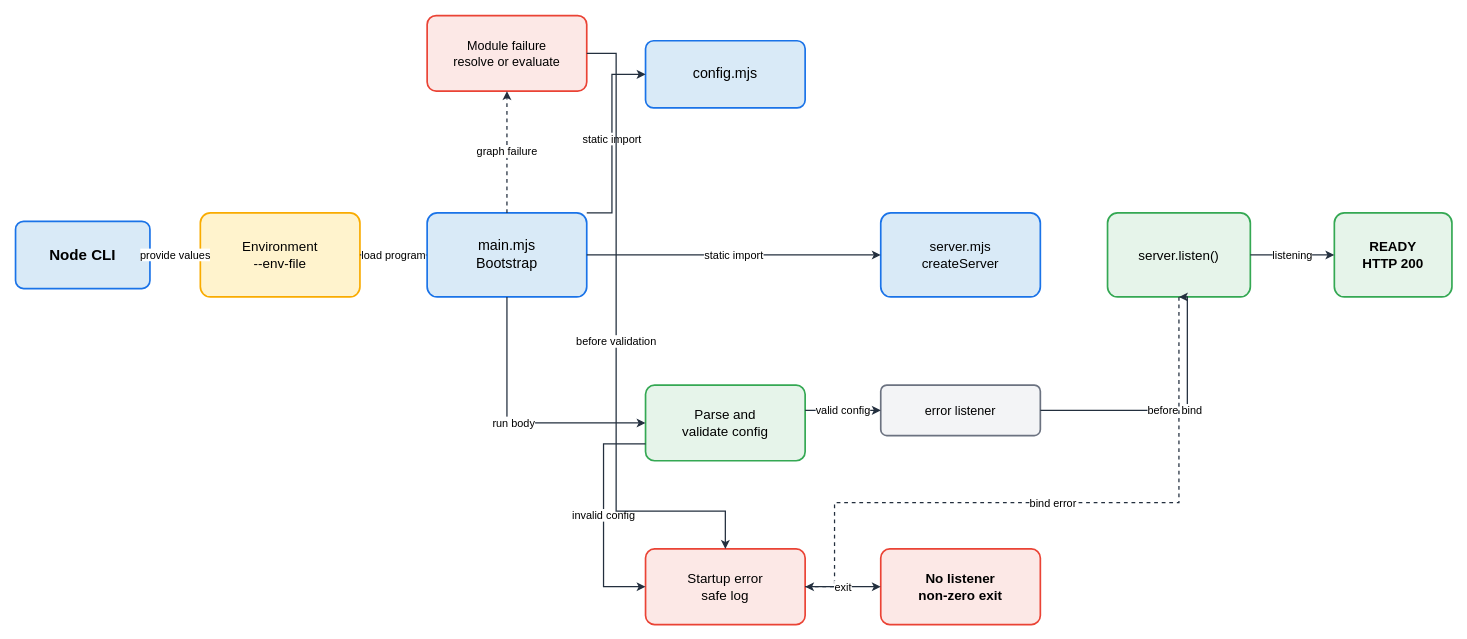
Before: assets/img/nodejs/node-esm-startup-config-flow.drawio in KKamJi98/kkamji98.github.io, a draw.io diagram. Source tidied: cells renumbered, new cells numbered last; positions are measured from the earlier drawing's top-left corner, leaving out a move shared by most shapes. Both pictures are drawn from the tidied source at 84%, with x=0, y=0 at pixel (15, 15).
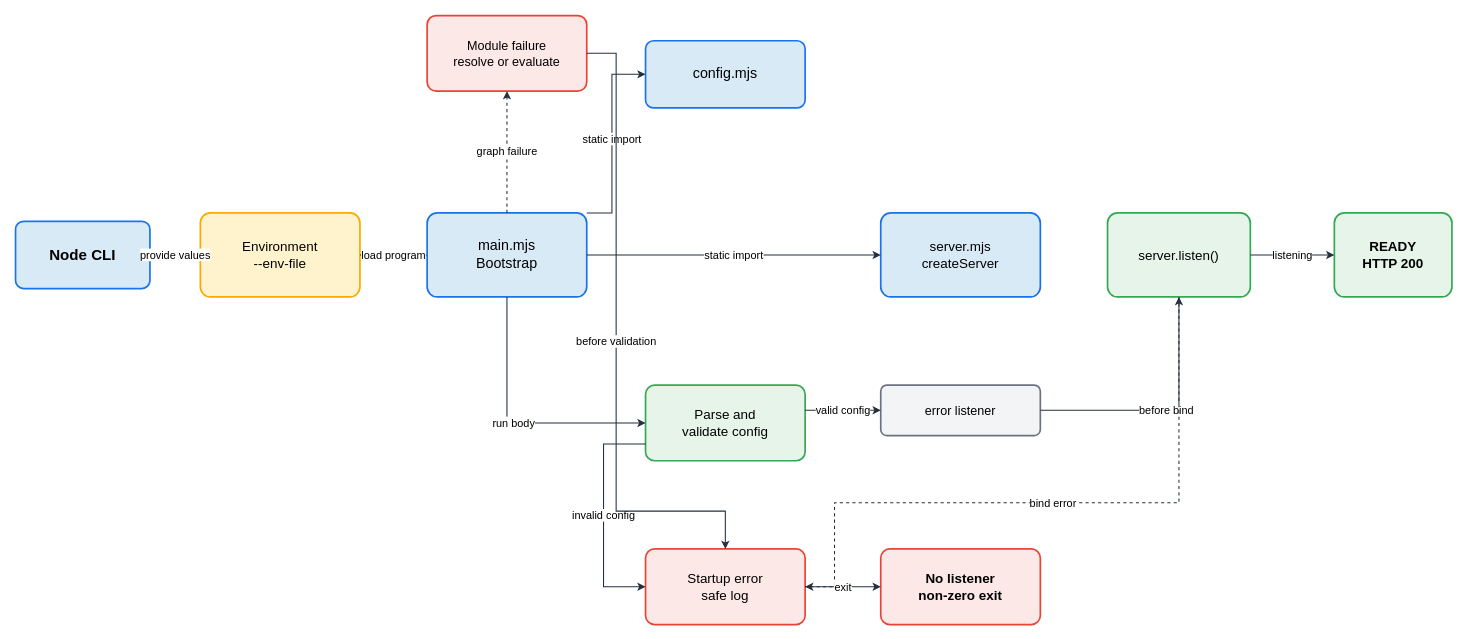
Above is the later version.

Unchanged cells that the change refers to:
```xml
<mxCell id="2" value="Node CLI" style="rounded=1;arcSize=12;whiteSpace=wrap;html=1;fillColor=#D9EAF7;strokeColor=#1A73E8;strokeWidth=2;fontColor=#000000;fontSize=18;fontStyle=1;align=center;verticalAlign=middle;shadow=0;" parent="1" vertex="1">
  <mxGeometry y="245" width="160" height="80" as="geometry" />
</mxCell>
<mxCell id="3" value="Environment&lt;br&gt;--env-file" style="rounded=1;arcSize=12;whiteSpace=wrap;html=1;fillColor=#FFF3CD;strokeColor=#F9AB00;strokeWidth=2;fontColor=#000000;fontSize=16;align=center;verticalAlign=middle;shadow=0;" parent="1" vertex="1">
  <mxGeometry x="220" y="235" width="190" height="100" as="geometry" />
</mxCell>
<mxCell id="4" value="main.mjs&lt;br&gt;Bootstrap" style="rounded=1;arcSize=12;whiteSpace=wrap;html=1;fillColor=#D9EAF7;strokeColor=#1A73E8;strokeWidth=2;fontColor=#000000;fontSize=17;align=center;verticalAlign=middle;shadow=0;" parent="1" vertex="1">
  <mxGeometry x="490" y="235" width="190" height="100" as="geometry" />
</mxCell>
<mxCell id="5" value="config.mjs" style="rounded=1;arcSize=12;whiteSpace=wrap;html=1;fillColor=#D9EAF7;strokeColor=#1A73E8;strokeWidth=2;fontColor=#000000;fontSize=17;align=center;verticalAlign=middle;shadow=0;" parent="1" vertex="1">
  <mxGeometry x="750" y="30" width="190" height="80" as="geometry" />
</mxCell>
<mxCell id="6" value="server.mjs&lt;br&gt;createServer" style="rounded=1;arcSize=12;whiteSpace=wrap;html=1;fillColor=#D9EAF7;strokeColor=#1A73E8;strokeWidth=2;fontColor=#000000;fontSize=16;align=center;verticalAlign=middle;shadow=0;" parent="1" vertex="1">
  <mxGeometry x="1030" y="235" width="190" height="100" as="geometry" />
</mxCell>
<mxCell id="7" value="Parse and&lt;br&gt;validate config" style="rounded=1;arcSize=12;whiteSpace=wrap;html=1;fillColor=#E6F4EA;strokeColor=#34A853;strokeWidth=2;fontColor=#000000;fontSize=16;align=center;verticalAlign=middle;shadow=0;" parent="1" vertex="1">
  <mxGeometry x="750" y="440" width="190" height="90" as="geometry" />
</mxCell>
<mxCell id="8" value="error listener" style="rounded=1;arcSize=12;whiteSpace=wrap;html=1;fillColor=#F3F4F6;strokeColor=#6B7280;strokeWidth=2;fontColor=#000000;fontSize=15;align=center;verticalAlign=middle;shadow=0;" parent="1" vertex="1">
  <mxGeometry x="1030" y="440" width="190" height="60" as="geometry" />
</mxCell>
<mxCell id="9" value="server.listen()" style="rounded=1;arcSize=12;whiteSpace=wrap;html=1;fillColor=#E6F4EA;strokeColor=#34A853;strokeWidth=2;fontColor=#000000;fontSize=16;align=center;verticalAlign=middle;shadow=0;" parent="1" vertex="1">
  <mxGeometry x="1300" y="235" width="170" height="100" as="geometry" />
</mxCell>
<mxCell id="10" value="READY&lt;br&gt;HTTP 200" style="rounded=1;arcSize=12;whiteSpace=wrap;html=1;fillColor=#E6F4EA;strokeColor=#34A853;strokeWidth=2;fontColor=#000000;fontSize=16;fontStyle=1;align=center;verticalAlign=middle;shadow=0;" parent="1" vertex="1">
  <mxGeometry x="1570" y="235" width="140" height="100" as="geometry" />
</mxCell>
<mxCell id="11" value="Module failure&lt;br&gt;resolve or evaluate" style="rounded=1;arcSize=12;whiteSpace=wrap;html=1;fillColor=#FCE8E6;strokeColor=#EA4335;strokeWidth=2;fontColor=#000000;fontSize=15;align=center;verticalAlign=middle;shadow=0;" parent="1" vertex="1">
  <mxGeometry x="490" width="190" height="90" as="geometry" />
</mxCell>
<mxCell id="12" value="Startup error&lt;br&gt;safe log" style="rounded=1;arcSize=12;whiteSpace=wrap;html=1;fillColor=#FCE8E6;strokeColor=#EA4335;strokeWidth=2;fontColor=#000000;fontSize=16;align=center;verticalAlign=middle;shadow=0;" parent="1" vertex="1">
  <mxGeometry x="750" y="635" width="190" height="90" as="geometry" />
</mxCell>
<mxCell id="13" value="No listener&lt;br&gt;non-zero exit" style="rounded=1;arcSize=12;whiteSpace=wrap;html=1;fillColor=#FCE8E6;strokeColor=#EA4335;strokeWidth=2;fontColor=#000000;fontSize=16;fontStyle=1;align=center;verticalAlign=middle;shadow=0;" parent="1" vertex="1">
  <mxGeometry x="1030" y="635" width="190" height="90" as="geometry" />
</mxCell>
```

Diff of the diagram source:
```diff
@@
-    <mxCell id="14" value="provide values" style="edgeStyle=orthogonalEdgeStyle;rounded=0;html=1;strokeColor=#232F3E;strokeWidth=1.5;fontColor=#000000;fontSize=13;labelBackgroundColor=#FFFFFF;exitX=1;exitY=0.5;entryX=0;entryY=0.5;" parent="1" edge="1" source="2" target="3">
+    <mxCell id="14" value="provide values" style="edgeStyle=orthogonalEdgeStyle;rounded=0;html=1;strokeColor=#232F3E;strokeWidth=1.25;fontColor=#000000;fontSize=13;labelBackgroundColor=#FFFFFF;exitX=1;exitY=0.5;entryX=0;entryY=0.5;" parent="1" edge="1" source="2" target="3">
       <mxGeometry relative="1" as="geometry" />
     </mxCell>
-    <mxCell id="15" value="load program" style="edgeStyle=orthogonalEdgeStyle;rounded=0;html=1;strokeColor=#232F3E;strokeWidth=1.5;fontColor=#000000;fontSize=13;labelBackgroundColor=#FFFFFF;exitX=1;exitY=0.5;entryX=0;entryY=0.5;" parent="1" edge="1" source="3" target="4">
+    <mxCell id="15" value="load program" style="edgeStyle=orthogonalEdgeStyle;rounded=0;html=1;strokeColor=#232F3E;strokeWidth=1.25;fontColor=#000000;fontSize=13;labelBackgroundColor=#FFFFFF;exitX=1;exitY=0.5;entryX=0;entryY=0.5;" parent="1" edge="1" source="3" target="4">
       <mxGeometry relative="1" as="geometry" />
     </mxCell>
-    <mxCell id="16" value="static import" style="edgeStyle=orthogonalEdgeStyle;rounded=0;html=1;strokeColor=#232F3E;strokeWidth=1.5;fontColor=#000000;fontSize=13;labelBackgroundColor=#FFFFFF;exitX=1;exitY=0;entryX=0;entryY=0.5;" parent="1" edge="1" source="4" target="5">
+    <mxCell id="16" value="static import" style="edgeStyle=orthogonalEdgeStyle;rounded=0;html=1;strokeColor=#232F3E;strokeWidth=1.25;fontColor=#000000;fontSize=13;labelBackgroundColor=#FFFFFF;exitX=1;exitY=0;entryX=0;entryY=0.5;" parent="1" edge="1" source="4" target="5">
       <mxGeometry relative="1" as="geometry">
         <Array as="points">
           <mxPoint x="710" y="235" />
           <mxPoint x="710" y="70" />
         </Array>
       </mxGeometry>
     </mxCell>
-    <mxCell id="17" value="static import" style="edgeStyle=orthogonalEdgeStyle;rounded=0;html=1;strokeColor=#232F3E;strokeWidth=1.5;fontColor=#000000;fontSize=13;labelBackgroundColor=#FFFFFF;exitX=1;exitY=0.5;entryX=0;entryY=0.5;" parent="1" edge="1" source="4" target="6">
+    <mxCell id="17" value="static import" style="edgeStyle=orthogonalEdgeStyle;rounded=0;html=1;strokeColor=#232F3E;strokeWidth=1.25;fontColor=#000000;fontSize=13;labelBackgroundColor=#FFFFFF;exitX=1;exitY=0.5;entryX=0;entryY=0.5;" parent="1" edge="1" source="4" target="6">
       <mxGeometry relative="1" as="geometry" />
     </mxCell>
-    <mxCell id="18" value="graph failure" style="edgeStyle=orthogonalEdgeStyle;rounded=0;html=1;dashed=1;strokeColor=#232F3E;strokeWidth=1.5;fontColor=#000000;fontSize=13;labelBackgroundColor=#FFFFFF;exitX=0.5;exitY=0;entryX=0.5;entryY=1;" parent="1" edge="1" source="4" target="11">
+    <mxCell id="18" value="graph failure" style="edgeStyle=orthogonalEdgeStyle;rounded=0;html=1;dashed=1;strokeColor=#232F3E;strokeWidth=1.25;fontColor=#000000;fontSize=13;labelBackgroundColor=#FFFFFF;exitX=0.5;exitY=0;entryX=0.5;entryY=1;" parent="1" edge="1" source="4" target="11">
       <mxGeometry relative="1" as="geometry" />
     </mxCell>
-    <mxCell id="19" value="run body" style="edgeStyle=orthogonalEdgeStyle;rounded=0;html=1;strokeColor=#232F3E;strokeWidth=1.5;fontColor=#000000;fontSize=13;labelBackgroundColor=#FFFFFF;exitX=0.5;exitY=1;entryX=0;entryY=0.5;" parent="1" edge="1" source="4" target="7">
+    <mxCell id="19" value="run body" style="edgeStyle=orthogonalEdgeStyle;rounded=0;html=1;strokeColor=#232F3E;strokeWidth=1.25;fontColor=#000000;fontSize=13;labelBackgroundColor=#FFFFFF;exitX=0.5;exitY=1;entryX=0;entryY=0.5;" parent="1" edge="1" source="4" target="7">
       <mxGeometry relative="1" as="geometry">
         <Array as="points">
           <mxPoint x="585" y="485" />
         </Array>
       </mxGeometry>
     </mxCell>
-    <mxCell id="20" value="valid config" style="edgeStyle=orthogonalEdgeStyle;rounded=0;html=1;strokeColor=#232F3E;strokeWidth=1.5;fontColor=#000000;fontSize=13;labelBackgroundColor=#FFFFFF;exitX=1;exitY=0.3333;entryX=0;entryY=0.5;" parent="1" edge="1" source="7" target="8">
+    <mxCell id="20" value="valid config" style="edgeStyle=orthogonalEdgeStyle;rounded=0;html=1;strokeColor=#232F3E;strokeWidth=1.25;fontColor=#000000;fontSize=13;labelBackgroundColor=#FFFFFF;exitX=1;exitY=0.3333;entryX=0;entryY=0.5;" parent="1" edge="1" source="7" target="8">
       <mxGeometry relative="1" as="geometry" />
     </mxCell>
-    <mxCell id="21" value="before bind" style="edgeStyle=orthogonalEdgeStyle;rounded=0;html=1;strokeColor=#232F3E;strokeWidth=1.5;fontColor=#000000;fontSize=13;labelBackgroundColor=#FFFFFF;exitX=1;exitY=0.5;entryX=0.5;entryY=1;" parent="1" edge="1" source="8" target="9">
+    <mxCell id="21" value="before bind" style="edgeStyle=orthogonalEdgeStyle;rounded=0;html=1;strokeColor=#232F3E;strokeWidth=1.25;fontColor=#000000;fontSize=13;labelBackgroundColor=#FFFFFF;exitX=1;exitY=0.5;entryX=0.5;entryY=1;" parent="1" edge="1" source="8" target="9">
       <mxGeometry relative="1" as="geometry">
         <Array as="points">
-          <mxPoint x="1395" y="470" />
+          <mxPoint x="1385" y="470" />
         </Array>
       </mxGeometry>
     </mxCell>
-    <mxCell id="22" value="listening" style="edgeStyle=orthogonalEdgeStyle;rounded=0;html=1;strokeColor=#232F3E;strokeWidth=1.5;fontColor=#000000;fontSize=13;labelBackgroundColor=#FFFFFF;exitX=1;exitY=0.5;entryX=0;entryY=0.5;" parent="1" edge="1" source="9" target="10">
+    <mxCell id="22" value="listening" style="edgeStyle=orthogonalEdgeStyle;rounded=0;html=1;strokeColor=#232F3E;strokeWidth=1.25;fontColor=#000000;fontSize=13;labelBackgroundColor=#FFFFFF;exitX=1;exitY=0.5;entryX=0;entryY=0.5;" parent="1" edge="1" source="9" target="10">
       <mxGeometry relative="1" as="geometry" />
     </mxCell>
-    <mxCell id="23" value="invalid config" style="edgeStyle=orthogonalEdgeStyle;rounded=0;html=1;strokeColor=#232F3E;strokeWidth=1.5;fontColor=#000000;fontSize=13;labelBackgroundColor=#FFFFFF;exitX=0;exitY=0.7778;entryX=0;entryY=0.5;" parent="1" edge="1" source="7" target="12">
+    <mxCell id="23" value="invalid config" style="edgeStyle=orthogonalEdgeStyle;rounded=0;html=1;strokeColor=#232F3E;strokeWidth=1.25;fontColor=#000000;fontSize=13;labelBackgroundColor=#FFFFFF;exitX=0;exitY=0.7778;entryX=0;entryY=0.5;" parent="1" edge="1" source="7" target="12">
       <mxGeometry relative="1" as="geometry">
         <Array as="points">
           <mxPoint x="700" y="510" />
           <mxPoint x="700" y="680" />
         </Array>
       </mxGeometry>
     </mxCell>
-    <mxCell id="24" value="before validation" style="edgeStyle=orthogonalEdgeStyle;rounded=0;html=1;strokeColor=#232F3E;strokeWidth=1.5;fontColor=#000000;fontSize=13;labelBackgroundColor=#FFFFFF;exitX=1;exitY=0.5;entryX=0.5;entryY=0;" parent="1" edge="1" source="11" target="12">
+    <mxCell id="24" value="before validation" style="edgeStyle=orthogonalEdgeStyle;rounded=0;html=1;strokeColor=#232F3E;strokeWidth=1.25;fontColor=#000000;fontSize=13;labelBackgroundColor=#FFFFFF;exitX=1;exitY=0.5;entryX=0.5;entryY=0;" parent="1" edge="1" source="11" target="12">
       <mxGeometry relative="1" as="geometry">
         <Array as="points">
           <mxPoint x="715" y="45" />
           <mxPoint x="715" y="590" />
           <mxPoint x="845" y="590" />
         </Array>
       </mxGeometry>
     </mxCell>
-    <mxCell id="25" value="bind error" style="edgeStyle=orthogonalEdgeStyle;rounded=0;html=1;dashed=1;strokeColor=#232F3E;strokeWidth=1.5;fontColor=#000000;fontSize=13;labelBackgroundColor=#FFFFFF;exitX=0.5;exitY=1;entryX=1;entryY=0.5;" parent="1" edge="1" source="9" target="12">
+    <mxCell id="25" value="bind error" style="edgeStyle=orthogonalEdgeStyle;rounded=0;html=1;dashed=1;strokeColor=#232F3E;strokeWidth=1.25;fontColor=#000000;fontSize=13;labelBackgroundColor=#FFFFFF;exitX=0.5;exitY=1;entryX=1;entryY=0.5;" parent="1" edge="1" source="9" target="12">
       <mxGeometry relative="1" as="geometry">
         <Array as="points">
           <mxPoint x="1385" y="580" />
+          <mxPoint x="975" y="580" />
           <mxPoint x="975" y="680" />
         </Array>
       </mxGeometry>
     </mxCell>
-    <mxCell id="26" value="exit" style="edgeStyle=orthogonalEdgeStyle;rounded=0;html=1;strokeColor=#232F3E;strokeWidth=1.5;fontColor=#000000;fontSize=13;labelBackgroundColor=#FFFFFF;exitX=1;exitY=0.5;entryX=0;entryY=0.5;" parent="1" edge="1" source="12" target="13">
+    <mxCell id="26" value="exit" style="edgeStyle=orthogonalEdgeStyle;rounded=0;html=1;strokeColor=#232F3E;strokeWidth=1.25;fontColor=#000000;fontSize=13;labelBackgroundColor=#FFFFFF;exitX=1;exitY=0.5;entryX=0;entryY=0.5;" parent="1" edge="1" source="12" target="13">
       <mxGeometry relative="1" as="geometry" />
     </mxCell>
```
